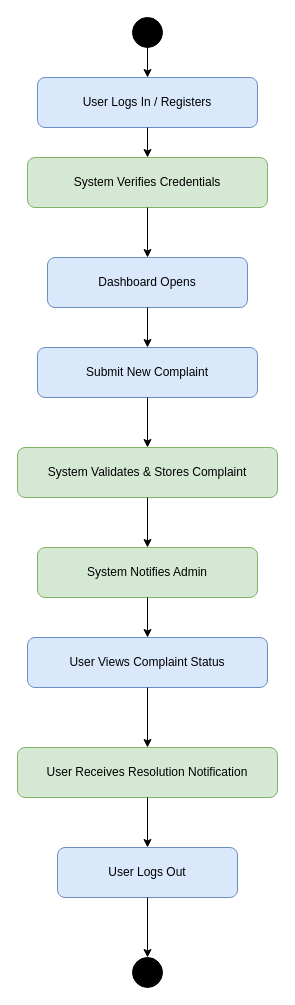
The draw.io diagram UML diagrams/userActivity.drawio in shitkarjidnesh/FixMyCity, before the edit. Source tidied: cells renumbered, new cells numbered last; positions are measured from the earlier drawing's top-left corner, leaving out a move shared by most shapes. Both pictures are drawn from the tidied source at 100%, with x=0, y=0 at pixel (17, 17).
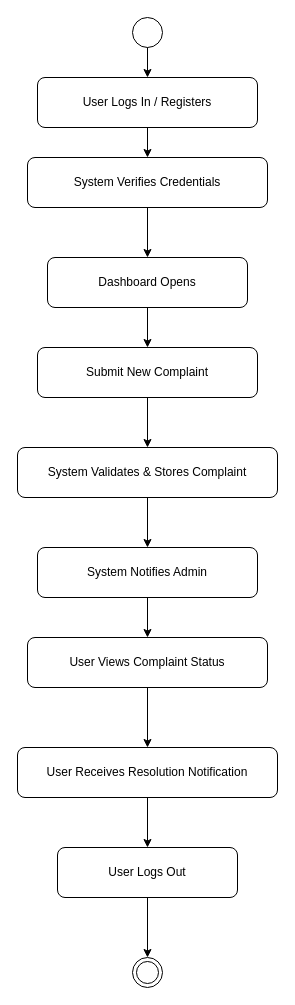
The same page after the edit.

The edit, as a diff of the source:
```diff
@@
-    <mxCell id="2" style="shape=ellipse;fillColor=#000000;strokeColor=#000000;" parent="1" vertex="1">
+    <mxCell id="2" style="shape=ellipse;" parent="1" vertex="1">
       <mxGeometry x="115" width="30" height="30" as="geometry" />
     </mxCell>
-    <mxCell id="3" value="User Logs In / Registers" style="rounded=1;whiteSpace=wrap;html=1;fillColor=#dae8fc;strokeColor=#6c8ebf;" parent="1" vertex="1">
+    <mxCell id="3" value="User Logs In / Registers" style="rounded=1;whiteSpace=wrap;html=1;" parent="1" vertex="1">
       <mxGeometry x="20" y="60" width="220" height="50" as="geometry" />
     </mxCell>
-    <mxCell id="4" value="System Verifies Credentials" style="rounded=1;whiteSpace=wrap;html=1;fillColor=#d5e8d4;strokeColor=#82b366;" parent="1" vertex="1">
+    <mxCell id="4" value="System Verifies Credentials" style="rounded=1;whiteSpace=wrap;html=1;" parent="1" vertex="1">
       <mxGeometry x="10" y="140" width="240" height="50" as="geometry" />
     </mxCell>
-    <mxCell id="5" value="Dashboard Opens" style="rounded=1;whiteSpace=wrap;html=1;fillColor=#dae8fc;strokeColor=#6c8ebf;" parent="1" vertex="1">
+    <mxCell id="5" value="Dashboard Opens" style="rounded=1;whiteSpace=wrap;html=1;" parent="1" vertex="1">
       <mxGeometry x="30" y="240" width="200" height="50" as="geometry" />
     </mxCell>
-    <mxCell id="6" value="Submit New Complaint" style="rounded=1;whiteSpace=wrap;html=1;fillColor=#dae8fc;strokeColor=#6c8ebf;" parent="1" vertex="1">
+    <mxCell id="6" value="Submit New Complaint" style="rounded=1;whiteSpace=wrap;html=1;" parent="1" vertex="1">
       <mxGeometry x="20" y="330" width="220" height="50" as="geometry" />
     </mxCell>
-    <mxCell id="7" value="System Validates &amp; Stores Complaint" style="rounded=1;whiteSpace=wrap;html=1;fillColor=#d5e8d4;strokeColor=#82b366;" parent="1" vertex="1">
+    <mxCell id="7" value="System Validates &amp; Stores Complaint" style="rounded=1;whiteSpace=wrap;html=1;" parent="1" vertex="1">
       <mxGeometry y="430" width="260" height="50" as="geometry" />
     </mxCell>
-    <mxCell id="8" value="System Notifies Admin" style="rounded=1;whiteSpace=wrap;html=1;fillColor=#d5e8d4;strokeColor=#82b366;" parent="1" vertex="1">
+    <mxCell id="8" value="System Notifies Admin" style="rounded=1;whiteSpace=wrap;html=1;" parent="1" vertex="1">
       <mxGeometry x="20" y="530" width="220" height="50" as="geometry" />
     </mxCell>
-    <mxCell id="9" value="User Views Complaint Status" style="rounded=1;whiteSpace=wrap;html=1;fillColor=#dae8fc;strokeColor=#6c8ebf;" parent="1" vertex="1">
+    <mxCell id="9" value="User Views Complaint Status" style="rounded=1;whiteSpace=wrap;html=1;" parent="1" vertex="1">
       <mxGeometry x="10" y="620" width="240" height="50" as="geometry" />
     </mxCell>
-    <mxCell id="10" value="User Receives Resolution Notification" style="rounded=1;whiteSpace=wrap;html=1;fillColor=#d5e8d4;strokeColor=#82b366;" parent="1" vertex="1">
+    <mxCell id="10" value="User Receives Resolution Notification" style="rounded=1;whiteSpace=wrap;html=1;" parent="1" vertex="1">
       <mxGeometry y="730" width="260" height="50" as="geometry" />
     </mxCell>
-    <mxCell id="11" value="User Logs Out" style="rounded=1;whiteSpace=wrap;html=1;fillColor=#dae8fc;strokeColor=#6c8ebf;" parent="1" vertex="1">
+    <mxCell id="11" value="User Logs Out" style="rounded=1;whiteSpace=wrap;html=1;" parent="1" vertex="1">
       <mxGeometry x="40" y="830" width="180" height="50" as="geometry" />
     </mxCell>
-    <mxCell id="12" style="shape=doubleEllipse;fillColor=#000000;strokeColor=#000000;" parent="1" vertex="1">
+    <mxCell id="12" style="shape=doubleEllipse;" parent="1" vertex="1">
       <mxGeometry x="115" y="940" width="30" height="30" as="geometry" />
     </mxCell>
```
